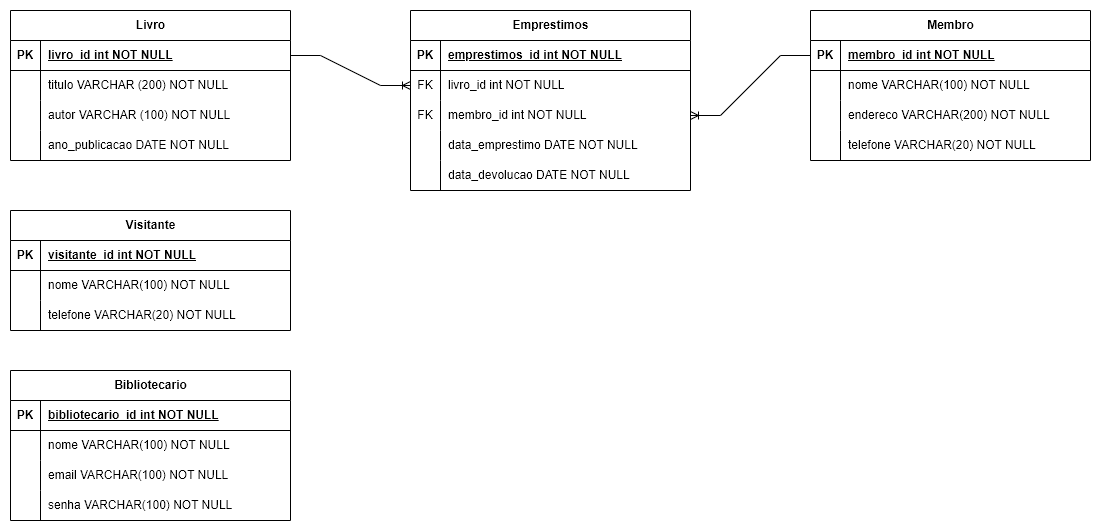
Above: FS-semana9-ex2.drawio.png in vinigoulartalves/FS-projetoBiblioteca-docker-spring (draw.io), before the change. Source tidied: cells renumbered, new cells last; positions are measured from the earlier drawing's top-left corner, leaving out a move shared by most shapes. Source of this version:
```xml
<mxGraphModel>
  <root>
    <mxCell id="0" />
    <mxCell id="1" parent="0" />
    <mxCell id="2" value="Visitante" style="shape=table;startSize=30;rowLines=0;fontStyle=1;align=center;html=1;" parent="1" vertex="1">
      <mxGeometry y="200" width="280" height="120" as="geometry" />
    </mxCell>
    <mxCell id="3" style="shape=tableRow;horizontal=0;startSize=0;swimlaneHead=0;swimlaneBody=0;fillColor=none;top=0;left=0;right=0;bottom=1;" parent="2" vertex="1">
      <mxGeometry y="30" width="280" height="30" as="geometry" />
    </mxCell>
    <mxCell id="4" value="PK" style="shape=partialRectangle;fillColor=none;top=0;left=0;bottom=0;right=0;fontStyle=1;overflow=hidden;whiteSpace=wrap;html=1;" parent="3" vertex="1">
      <mxGeometry width="30" height="30" as="geometry" />
    </mxCell>
    <mxCell id="5" value="visitante_id int NOT NULL" style="shape=partialRectangle;fillColor=none;top=0;left=0;bottom=0;right=0;align=left;spacingLeft=6;fontStyle=5;overflow=hidden;whiteSpace=wrap;html=1;" parent="3" vertex="1">
      <mxGeometry x="30" width="250" height="30" as="geometry" />
    </mxCell>
    <mxCell id="6" style="shape=tableRow;horizontal=0;startSize=0;swimlaneHead=0;swimlaneBody=0;fillColor=none;top=0;left=0;right=0;bottom=0;" parent="2" vertex="1">
      <mxGeometry y="60" width="280" height="30" as="geometry" />
    </mxCell>
    <mxCell id="7" style="shape=partialRectangle;fillColor=none;top=0;left=0;bottom=0;right=0;overflow=hidden;whiteSpace=wrap;html=1;" parent="6" vertex="1">
      <mxGeometry width="30" height="30" as="geometry" />
    </mxCell>
    <mxCell id="8" value="nome VARCHAR(100) NOT NULL" style="shape=partialRectangle;fillColor=none;top=0;left=0;bottom=0;right=0;align=left;spacingLeft=6;overflow=hidden;whiteSpace=wrap;html=1;" parent="6" vertex="1">
      <mxGeometry x="30" width="250" height="30" as="geometry" />
    </mxCell>
    <mxCell id="9" style="shape=tableRow;horizontal=0;startSize=0;swimlaneHead=0;swimlaneBody=0;fillColor=none;top=0;left=0;right=0;bottom=0;" parent="2" vertex="1">
      <mxGeometry y="90" width="280" height="30" as="geometry" />
    </mxCell>
    <mxCell id="10" style="shape=partialRectangle;fillColor=none;top=0;left=0;bottom=0;right=0;overflow=hidden;whiteSpace=wrap;html=1;" parent="9" vertex="1">
      <mxGeometry width="30" height="30" as="geometry" />
    </mxCell>
    <mxCell id="11" value="telefone VARCHAR(20) NOT NULL" style="shape=partialRectangle;fillColor=none;top=0;left=0;bottom=0;right=0;align=left;spacingLeft=6;overflow=hidden;whiteSpace=wrap;html=1;" parent="9" vertex="1">
      <mxGeometry x="30" width="250" height="30" as="geometry" />
    </mxCell>
    <mxCell id="12" value="Bibliotecario" style="shape=table;startSize=30;rowLines=0;fontStyle=1;align=center;html=1;" parent="1" vertex="1">
      <mxGeometry y="360" width="280" height="150" as="geometry" />
    </mxCell>
    <mxCell id="13" style="shape=tableRow;horizontal=0;startSize=0;swimlaneHead=0;swimlaneBody=0;fillColor=none;top=0;left=0;right=0;bottom=1;" parent="12" vertex="1">
      <mxGeometry y="30" width="280" height="30" as="geometry" />
    </mxCell>
    <mxCell id="14" value="PK" style="shape=partialRectangle;fillColor=none;top=0;left=0;bottom=0;right=0;fontStyle=1;overflow=hidden;whiteSpace=wrap;html=1;" parent="13" vertex="1">
      <mxGeometry width="30" height="30" as="geometry" />
    </mxCell>
    <mxCell id="15" value="bibliotecario_id int NOT NULL" style="shape=partialRectangle;fillColor=none;top=0;left=0;bottom=0;right=0;align=left;spacingLeft=6;fontStyle=5;overflow=hidden;whiteSpace=wrap;html=1;" parent="13" vertex="1">
      <mxGeometry x="30" width="250" height="30" as="geometry" />
    </mxCell>
    <mxCell id="16" style="shape=tableRow;horizontal=0;startSize=0;swimlaneHead=0;swimlaneBody=0;fillColor=none;top=0;left=0;right=0;bottom=0;" parent="12" vertex="1">
      <mxGeometry y="60" width="280" height="30" as="geometry" />
    </mxCell>
    <mxCell id="17" style="shape=partialRectangle;fillColor=none;top=0;left=0;bottom=0;right=0;overflow=hidden;whiteSpace=wrap;html=1;" parent="16" vertex="1">
      <mxGeometry width="30" height="30" as="geometry" />
    </mxCell>
    <mxCell id="18" value="nome VARCHAR(100) NOT NULL" style="shape=partialRectangle;fillColor=none;top=0;left=0;bottom=0;right=0;align=left;spacingLeft=6;overflow=hidden;whiteSpace=wrap;html=1;" parent="16" vertex="1">
      <mxGeometry x="30" width="250" height="30" as="geometry" />
    </mxCell>
    <mxCell id="19" style="shape=tableRow;horizontal=0;startSize=0;swimlaneHead=0;swimlaneBody=0;fillColor=none;top=0;left=0;right=0;bottom=0;" parent="12" vertex="1">
      <mxGeometry y="90" width="280" height="30" as="geometry" />
    </mxCell>
    <mxCell id="20" style="shape=partialRectangle;fillColor=none;top=0;left=0;bottom=0;right=0;overflow=hidden;whiteSpace=wrap;html=1;" parent="19" vertex="1">
      <mxGeometry width="30" height="30" as="geometry" />
    </mxCell>
    <mxCell id="21" value="email VARCHAR(100) NOT NULL" style="shape=partialRectangle;fillColor=none;top=0;left=0;bottom=0;right=0;align=left;spacingLeft=6;overflow=hidden;whiteSpace=wrap;html=1;" parent="19" vertex="1">
      <mxGeometry x="30" width="250" height="30" as="geometry" />
    </mxCell>
    <mxCell id="22" style="shape=tableRow;horizontal=0;startSize=0;swimlaneHead=0;swimlaneBody=0;fillColor=none;top=0;left=0;right=0;bottom=0;" parent="12" vertex="1">
      <mxGeometry y="120" width="280" height="30" as="geometry" />
    </mxCell>
    <mxCell id="23" style="shape=partialRectangle;fillColor=none;top=0;left=0;bottom=0;right=0;overflow=hidden;whiteSpace=wrap;html=1;" parent="22" vertex="1">
      <mxGeometry width="30" height="30" as="geometry" />
    </mxCell>
    <mxCell id="24" value="senha VARCHAR(100) NOT NULL" style="shape=partialRectangle;fillColor=none;top=0;left=0;bottom=0;right=0;align=left;spacingLeft=6;overflow=hidden;whiteSpace=wrap;html=1;" parent="22" vertex="1">
      <mxGeometry x="30" width="250" height="30" as="geometry" />
    </mxCell>
    <mxCell id="25" value="Membro" style="shape=table;startSize=30;rowLines=0;fontStyle=1;align=center;html=1;" parent="1" vertex="1">
      <mxGeometry x="800" width="280" height="150" as="geometry" />
    </mxCell>
    <mxCell id="26" style="shape=tableRow;horizontal=0;startSize=0;swimlaneHead=0;swimlaneBody=0;fillColor=none;points=[[0,0.5],[1,0.5]];portConstraint=eastwest;top=0;left=0;right=0;bottom=1;" parent="25" vertex="1">
      <mxGeometry y="30" width="280" height="30" as="geometry" />
    </mxCell>
    <mxCell id="27" value="PK" style="shape=partialRectangle;fillColor=none;top=0;left=0;bottom=0;right=0;fontStyle=1;overflow=hidden;whiteSpace=wrap;html=1;" parent="26" vertex="1">
      <mxGeometry width="30" height="30" as="geometry" />
    </mxCell>
    <mxCell id="28" value="membro_id int NOT NULL" style="shape=partialRectangle;fillColor=none;top=0;left=0;bottom=0;right=0;align=left;spacingLeft=6;fontStyle=5;overflow=hidden;whiteSpace=wrap;html=1;" parent="26" vertex="1">
      <mxGeometry x="30" width="250" height="30" as="geometry" />
    </mxCell>
    <mxCell id="29" style="shape=tableRow;horizontal=0;startSize=0;swimlaneHead=0;swimlaneBody=0;fillColor=none;top=0;left=0;right=0;bottom=0;" parent="25" vertex="1">
      <mxGeometry y="60" width="280" height="30" as="geometry" />
    </mxCell>
    <mxCell id="30" style="shape=partialRectangle;fillColor=none;top=0;left=0;bottom=0;right=0;overflow=hidden;whiteSpace=wrap;html=1;" parent="29" vertex="1">
      <mxGeometry width="30" height="30" as="geometry" />
    </mxCell>
    <mxCell id="31" value="nome VARCHAR(100) NOT NULL" style="shape=partialRectangle;fillColor=none;top=0;left=0;bottom=0;right=0;align=left;spacingLeft=6;overflow=hidden;whiteSpace=wrap;html=1;" parent="29" vertex="1">
      <mxGeometry x="30" width="250" height="30" as="geometry" />
    </mxCell>
    <mxCell id="32" style="shape=tableRow;horizontal=0;startSize=0;swimlaneHead=0;swimlaneBody=0;fillColor=none;top=0;left=0;right=0;bottom=0;" parent="25" vertex="1">
      <mxGeometry y="90" width="280" height="30" as="geometry" />
    </mxCell>
    <mxCell id="33" style="shape=partialRectangle;fillColor=none;top=0;left=0;bottom=0;right=0;overflow=hidden;whiteSpace=wrap;html=1;" parent="32" vertex="1">
      <mxGeometry width="30" height="30" as="geometry" />
    </mxCell>
    <mxCell id="34" value="endereco VARCHAR(200) NOT NULL" style="shape=partialRectangle;fillColor=none;top=0;left=0;bottom=0;right=0;align=left;spacingLeft=6;overflow=hidden;whiteSpace=wrap;html=1;" parent="32" vertex="1">
      <mxGeometry x="30" width="250" height="30" as="geometry" />
    </mxCell>
    <mxCell id="35" style="shape=tableRow;horizontal=0;startSize=0;swimlaneHead=0;swimlaneBody=0;fillColor=none;top=0;left=0;right=0;bottom=0;" parent="25" vertex="1">
      <mxGeometry y="120" width="280" height="30" as="geometry" />
    </mxCell>
    <mxCell id="36" style="shape=partialRectangle;fillColor=none;top=0;left=0;bottom=0;right=0;overflow=hidden;whiteSpace=wrap;html=1;" parent="35" vertex="1">
      <mxGeometry width="30" height="30" as="geometry" />
    </mxCell>
    <mxCell id="37" value="telefone VARCHAR(20) NOT NULL" style="shape=partialRectangle;fillColor=none;top=0;left=0;bottom=0;right=0;align=left;spacingLeft=6;overflow=hidden;whiteSpace=wrap;html=1;" parent="35" vertex="1">
      <mxGeometry x="30" width="250" height="30" as="geometry" />
    </mxCell>
    <mxCell id="38" value="Emprestimos" style="shape=table;startSize=30;rowLines=0;fontStyle=1;align=center;html=1;" parent="1" vertex="1">
      <mxGeometry x="400" width="280" height="180" as="geometry" />
    </mxCell>
    <mxCell id="39" style="shape=tableRow;horizontal=0;startSize=0;swimlaneHead=0;swimlaneBody=0;fillColor=none;top=0;left=0;right=0;bottom=1;" parent="38" vertex="1">
      <mxGeometry y="30" width="280" height="30" as="geometry" />
    </mxCell>
    <mxCell id="40" value="PK" style="shape=partialRectangle;fillColor=none;top=0;left=0;bottom=0;right=0;fontStyle=1;overflow=hidden;whiteSpace=wrap;html=1;" parent="39" vertex="1">
      <mxGeometry width="30" height="30" as="geometry" />
    </mxCell>
    <mxCell id="41" value="emprestimos_id int NOT NULL" style="shape=partialRectangle;fillColor=none;top=0;left=0;bottom=0;right=0;align=left;spacingLeft=6;fontStyle=5;overflow=hidden;whiteSpace=wrap;html=1;" parent="39" vertex="1">
      <mxGeometry x="30" width="250" height="30" as="geometry" />
    </mxCell>
    <mxCell id="42" style="shape=tableRow;horizontal=0;startSize=0;swimlaneHead=0;swimlaneBody=0;fillColor=none;points=[[0,0.5],[1,0.5]];portConstraint=eastwest;top=0;left=0;right=0;bottom=0;" parent="38" vertex="1">
      <mxGeometry y="60" width="280" height="30" as="geometry" />
    </mxCell>
    <mxCell id="43" value="FK" style="shape=partialRectangle;fillColor=none;top=0;left=0;bottom=0;right=0;fontStyle=0;overflow=hidden;whiteSpace=wrap;html=1;" parent="42" vertex="1">
      <mxGeometry width="30" height="30" as="geometry" />
    </mxCell>
    <mxCell id="44" value="livro_id int NOT NULL" style="shape=partialRectangle;fillColor=none;top=0;left=0;bottom=0;right=0;align=left;spacingLeft=6;fontStyle=0;overflow=hidden;whiteSpace=wrap;html=1;" parent="42" vertex="1">
      <mxGeometry x="30" width="250" height="30" as="geometry" />
    </mxCell>
    <mxCell id="45" style="shape=tableRow;horizontal=0;startSize=0;swimlaneHead=0;swimlaneBody=0;fillColor=none;points=[[0,0.5],[1,0.5]];portConstraint=eastwest;top=0;left=0;right=0;bottom=0;" parent="38" vertex="1">
      <mxGeometry y="90" width="280" height="30" as="geometry" />
    </mxCell>
    <mxCell id="46" value="FK" style="shape=partialRectangle;fillColor=none;top=0;left=0;bottom=0;right=0;fontStyle=0;overflow=hidden;whiteSpace=wrap;html=1;" parent="45" vertex="1">
      <mxGeometry width="30" height="30" as="geometry" />
    </mxCell>
    <mxCell id="47" value="membro_id int NOT NULL" style="shape=partialRectangle;fillColor=none;top=0;left=0;bottom=0;right=0;align=left;spacingLeft=6;fontStyle=0;overflow=hidden;whiteSpace=wrap;html=1;" parent="45" vertex="1">
      <mxGeometry x="30" width="250" height="30" as="geometry" />
    </mxCell>
    <mxCell id="48" style="shape=tableRow;horizontal=0;startSize=0;swimlaneHead=0;swimlaneBody=0;fillColor=none;top=0;left=0;right=0;bottom=0;" parent="38" vertex="1">
      <mxGeometry y="120" width="280" height="30" as="geometry" />
    </mxCell>
    <mxCell id="49" style="shape=partialRectangle;fillColor=none;top=0;left=0;bottom=0;right=0;overflow=hidden;whiteSpace=wrap;html=1;" parent="48" vertex="1">
      <mxGeometry width="30" height="30" as="geometry" />
    </mxCell>
    <mxCell id="50" value="data_emprestimo DATE NOT NULL" style="shape=partialRectangle;fillColor=none;top=0;left=0;bottom=0;right=0;align=left;spacingLeft=6;overflow=hidden;whiteSpace=wrap;html=1;" parent="48" vertex="1">
      <mxGeometry x="30" width="250" height="30" as="geometry" />
    </mxCell>
    <mxCell id="51" style="shape=tableRow;horizontal=0;startSize=0;swimlaneHead=0;swimlaneBody=0;fillColor=none;top=0;left=0;right=0;bottom=0;" parent="38" vertex="1">
      <mxGeometry y="150" width="280" height="30" as="geometry" />
    </mxCell>
    <mxCell id="52" style="shape=partialRectangle;fillColor=none;top=0;left=0;bottom=0;right=0;overflow=hidden;whiteSpace=wrap;html=1;" parent="51" vertex="1">
      <mxGeometry width="30" height="30" as="geometry" />
    </mxCell>
    <mxCell id="53" value="data_devolucao DATE NOT NULL" style="shape=partialRectangle;fillColor=none;top=0;left=0;bottom=0;right=0;align=left;spacingLeft=6;overflow=hidden;whiteSpace=wrap;html=1;" parent="51" vertex="1">
      <mxGeometry x="30" width="250" height="30" as="geometry" />
    </mxCell>
    <mxCell id="54" value="Livro" style="shape=table;startSize=30;rowLines=0;fontStyle=1;align=center;html=1;" parent="1" vertex="1">
      <mxGeometry width="280" height="150" as="geometry" />
    </mxCell>
    <mxCell id="55" style="shape=tableRow;horizontal=0;startSize=0;swimlaneHead=0;swimlaneBody=0;fillColor=none;points=[[0,0.5],[1,0.5]];portConstraint=eastwest;top=0;left=0;right=0;bottom=1;" parent="54" vertex="1">
      <mxGeometry y="30" width="280" height="30" as="geometry" />
    </mxCell>
    <mxCell id="56" value="PK" style="shape=partialRectangle;fillColor=none;top=0;left=0;bottom=0;right=0;fontStyle=1;overflow=hidden;whiteSpace=wrap;html=1;" parent="55" vertex="1">
      <mxGeometry width="30" height="30" as="geometry" />
    </mxCell>
    <mxCell id="57" value="livro_id int NOT NULL" style="shape=partialRectangle;fillColor=none;top=0;left=0;bottom=0;right=0;align=left;spacingLeft=6;fontStyle=5;overflow=hidden;whiteSpace=wrap;html=1;" parent="55" vertex="1">
      <mxGeometry x="30" width="250" height="30" as="geometry" />
    </mxCell>
    <mxCell id="58" style="shape=tableRow;horizontal=0;startSize=0;swimlaneHead=0;swimlaneBody=0;fillColor=none;top=0;left=0;right=0;bottom=0;" parent="54" vertex="1">
      <mxGeometry y="60" width="280" height="30" as="geometry" />
    </mxCell>
    <mxCell id="59" style="shape=partialRectangle;fillColor=none;top=0;left=0;bottom=0;right=0;overflow=hidden;whiteSpace=wrap;html=1;" parent="58" vertex="1">
      <mxGeometry width="30" height="30" as="geometry" />
    </mxCell>
    <mxCell id="60" value="titulo VARCHAR (200) NOT NULL" style="shape=partialRectangle;fillColor=none;top=0;left=0;bottom=0;right=0;align=left;spacingLeft=6;overflow=hidden;whiteSpace=wrap;html=1;" parent="58" vertex="1">
      <mxGeometry x="30" width="250" height="30" as="geometry" />
    </mxCell>
    <mxCell id="61" style="shape=tableRow;horizontal=0;startSize=0;swimlaneHead=0;swimlaneBody=0;fillColor=none;top=0;left=0;right=0;bottom=0;" parent="54" vertex="1">
      <mxGeometry y="90" width="280" height="30" as="geometry" />
    </mxCell>
    <mxCell id="62" style="shape=partialRectangle;fillColor=none;top=0;left=0;bottom=0;right=0;overflow=hidden;whiteSpace=wrap;html=1;" parent="61" vertex="1">
      <mxGeometry width="30" height="30" as="geometry" />
    </mxCell>
    <mxCell id="63" value="autor VARCHAR (100) NOT NULL" style="shape=partialRectangle;fillColor=none;top=0;left=0;bottom=0;right=0;align=left;spacingLeft=6;overflow=hidden;whiteSpace=wrap;html=1;" parent="61" vertex="1">
      <mxGeometry x="30" width="250" height="30" as="geometry" />
    </mxCell>
    <mxCell id="64" style="shape=tableRow;horizontal=0;startSize=0;swimlaneHead=0;swimlaneBody=0;fillColor=none;top=0;left=0;right=0;bottom=0;" parent="54" vertex="1">
      <mxGeometry y="120" width="280" height="30" as="geometry" />
    </mxCell>
    <mxCell id="65" style="shape=partialRectangle;fillColor=none;top=0;left=0;bottom=0;right=0;overflow=hidden;whiteSpace=wrap;html=1;" parent="64" vertex="1">
      <mxGeometry width="30" height="30" as="geometry" />
    </mxCell>
    <mxCell id="66" value="ano_publicacao DATE NOT NULL" style="shape=partialRectangle;fillColor=none;top=0;left=0;bottom=0;right=0;align=left;spacingLeft=6;overflow=hidden;whiteSpace=wrap;html=1;" parent="64" vertex="1">
      <mxGeometry x="30" width="250" height="30" as="geometry" />
    </mxCell>
    <mxCell id="67" style="edgeStyle=entityRelationEdgeStyle;fontSize=12;html=1;endArrow=ERoneToMany;rounded=0;" parent="1" edge="1" source="55" target="42">
      <mxGeometry relative="1" as="geometry" />
    </mxCell>
    <mxCell id="68" style="edgeStyle=entityRelationEdgeStyle;fontSize=12;html=1;endArrow=ERoneToMany;rounded=0;" parent="1" edge="1" source="26" target="45">
      <mxGeometry relative="1" as="geometry" />
    </mxCell>
  </root>
</mxGraphModel>
```
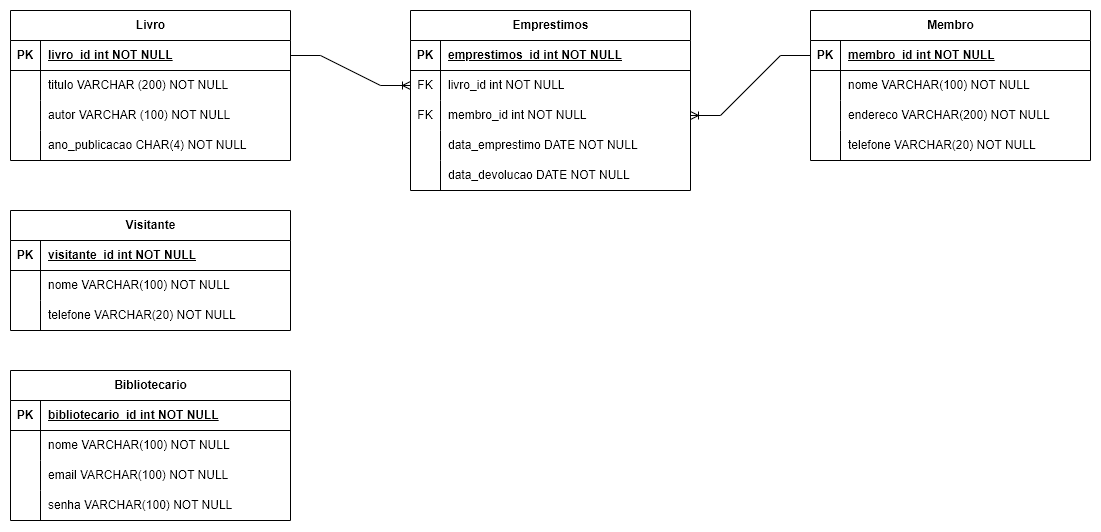
Later version of the same file.

Change to the diagram source:
```diff
@@ -194,7 +194,7 @@
     <mxCell id="65" style="shape=partialRectangle;fillColor=none;top=0;left=0;bottom=0;right=0;overflow=hidden;whiteSpace=wrap;html=1;" parent="64" vertex="1">
       <mxGeometry width="30" height="30" as="geometry" />
     </mxCell>
-    <mxCell id="66" value="ano_publicacao DATE NOT NULL" style="shape=partialRectangle;fillColor=none;top=0;left=0;bottom=0;right=0;align=left;spacingLeft=6;overflow=hidden;whiteSpace=wrap;html=1;" parent="64" vertex="1">
+    <mxCell id="66" value="ano_publicacao CHAR(4) NOT NULL" style="shape=partialRectangle;fillColor=none;top=0;left=0;bottom=0;right=0;align=left;spacingLeft=6;overflow=hidden;whiteSpace=wrap;html=1;" parent="64" vertex="1">
       <mxGeometry x="30" width="250" height="30" as="geometry" />
     </mxCell>
     <mxCell id="67" style="edgeStyle=entityRelationEdgeStyle;fontSize=12;html=1;endArrow=ERoneToMany;rounded=0;" parent="1" edge="1" source="55" target="42">
```
